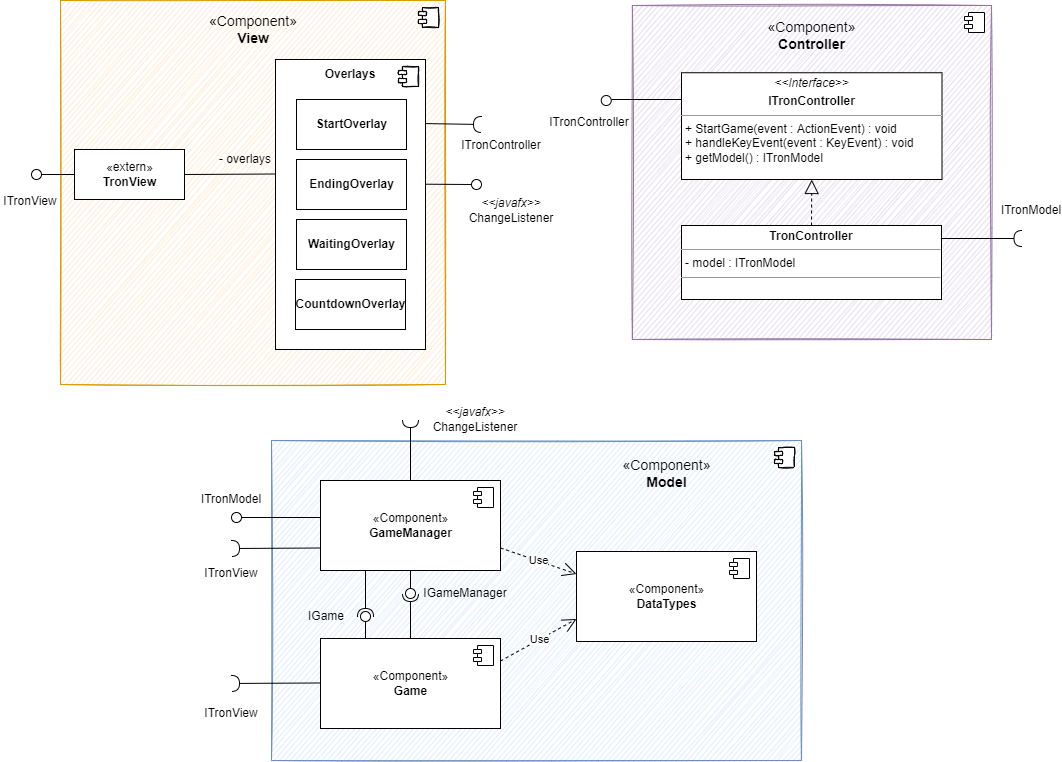
This is diagrams/bs_layer2_view_controller.png from sckoenig/Distributed-Tron, a draw.io export, as it was before one commit. Source tidied: cells renumbered, new cells last; positions are measured from the earlier drawing's top-left corner, leaving out a move shared by most shapes.
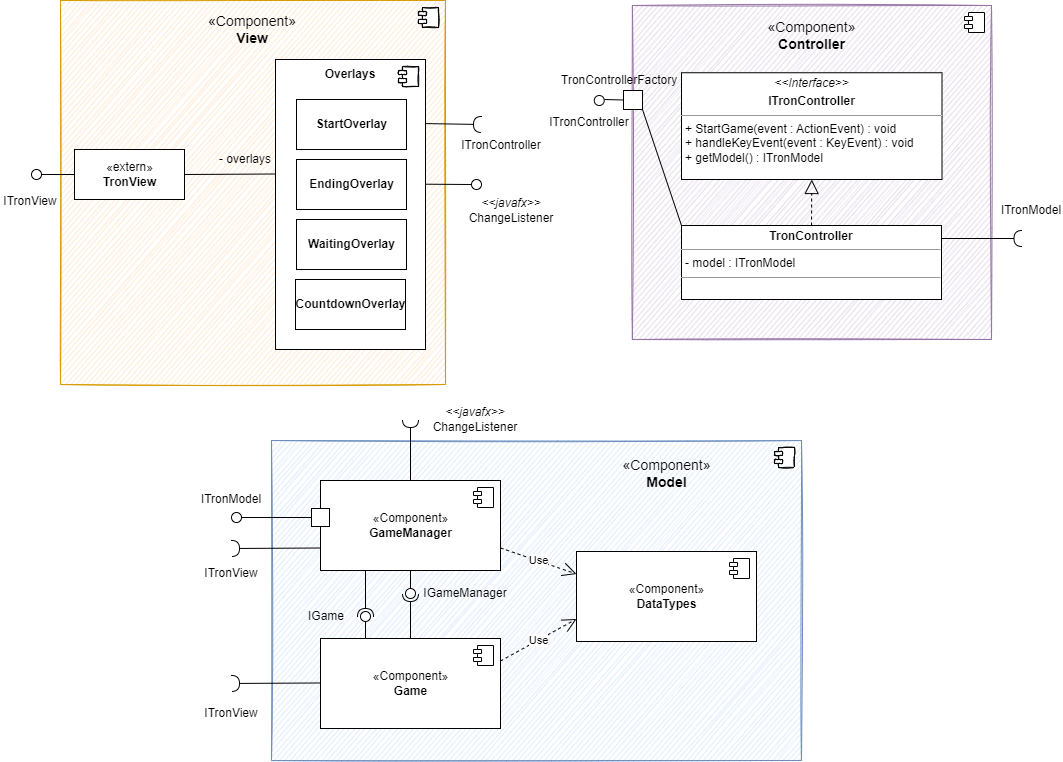
Above is the later version.

Diff of the diagram source:
```diff
@@ -82,7 +82,7 @@
       <mxGeometry x="471" y="130" width="60" height="30" as="geometry" />
     </mxCell>
     <mxCell id="24" style="ellipse;whiteSpace=wrap;html=1;align=center;sketch=0;" parent="1" vertex="1">
-      <mxGeometry x="600.8" y="95" width="10" height="10" as="geometry" />
+      <mxGeometry x="593.8" y="95" width="10" height="10" as="geometry" />
     </mxCell>
     <mxCell id="25" value="ITronController" style="text;html=1;strokeColor=none;fillColor=none;align=center;verticalAlign=middle;whiteSpace=wrap;rounded=0;sketch=0;" parent="1" vertex="1">
       <mxGeometry x="559" y="107" width="60" height="30" as="geometry" />
@@ -90,10 +90,9 @@
     <mxCell id="26" value="- overlays" style="text;html=1;strokeColor=none;fillColor=none;align=center;verticalAlign=middle;whiteSpace=wrap;rounded=0;sketch=1;" parent="1" vertex="1">
       <mxGeometry x="215" y="143.5" width="60" height="30" as="geometry" />
     </mxCell>
-    <mxCell id="27" style="endArrow=none;endSize=12;html=1;rounded=0;endFill=0;sketch=0;" parent="1" edge="1">
+    <mxCell id="27" style="endArrow=none;endSize=12;html=1;rounded=0;endFill=0;sketch=0;entryX=0;entryY=0.5;entryDx=0;entryDy=0;" parent="1" edge="1" target="62">
       <mxGeometry relative="1" as="geometry">
-        <mxPoint x="611" y="99" as="sourcePoint" />
-        <mxPoint x="681" y="99" as="targetPoint" />
+        <mxPoint x="604" y="99" as="sourcePoint" />
       </mxGeometry>
     </mxCell>
     <mxCell id="28" style="rounded=0;jettySize=auto;html=1;endArrow=none;endFill=0;sketch=0;sourcePerimeterSpacing=0;targetPerimeterSpacing=0;exitX=0.999;exitY=0.43;exitDx=0;exitDy=0;exitPerimeter=0;" parent="1" edge="1" source="8" target="29">
@@ -177,10 +176,8 @@
     <mxCell id="52" value="IGameManager" style="text;html=1;strokeColor=none;fillColor=none;align=center;verticalAlign=middle;whiteSpace=wrap;rounded=0;" parent="1" vertex="1">
       <mxGeometry x="435" y="578" width="60" height="30" as="geometry" />
     </mxCell>
-    <mxCell id="53" style="rounded=0;jettySize=auto;html=1;endArrow=none;endFill=0;sketch=0;sourcePerimeterSpacing=0;targetPerimeterSpacing=0;exitX=0;exitY=0.5;exitDx=0;exitDy=0;" parent="1" edge="1" target="54">
-      <mxGeometry relative="1" as="geometry">
-        <mxPoint x="320" y="517" as="sourcePoint" />
-      </mxGeometry>
+    <mxCell id="53" style="rounded=0;jettySize=auto;html=1;endArrow=none;endFill=0;sketch=0;targetPerimeterSpacing=0;exitX=0;exitY=0.5;exitDx=0;exitDy=0;startArrow=none;" parent="1" edge="1" source="63" target="54">
+      <mxGeometry relative="1" as="geometry" />
     </mxCell>
     <mxCell id="54" style="ellipse;whiteSpace=wrap;html=1;align=center;points=[];outlineConnect=0;sketch=0;" parent="1" vertex="1">
       <mxGeometry x="231" y="512" width="10" height="10" as="geometry" />
@@ -213,5 +210,17 @@
     <mxCell id="61" value="&lt;i&gt;&amp;lt;&amp;lt;javafx&amp;gt;&amp;gt;&lt;/i&gt;&lt;br&gt;ChangeListener" style="text;html=1;strokeColor=none;fillColor=none;align=center;verticalAlign=middle;whiteSpace=wrap;rounded=0;" parent="1" vertex="1">
       <mxGeometry x="445" y="404" width="60" height="30" as="geometry" />
     </mxCell>
+    <mxCell id="62" style="whiteSpace=wrap;html=1;" parent="1" vertex="1">
+      <mxGeometry x="623" y="90" width="19" height="19" as="geometry" />
+    </mxCell>
+    <mxCell id="63" style="whiteSpace=wrap;html=1;" parent="1" vertex="1">
+      <mxGeometry x="311" y="508" width="18" height="18" as="geometry" />
+    </mxCell>
+    <mxCell id="64" style="endArrow=none;html=1;rounded=0;entryX=1;entryY=1;entryDx=0;entryDy=0;exitX=0;exitY=0;exitDx=0;exitDy=0;" parent="1" edge="1" source="33" target="62">
+      <mxGeometry relative="1" as="geometry" />
+    </mxCell>
+    <mxCell id="65" value="&lt;div style=&quot;text-align: center;&quot;&gt;TronControllerFactory&lt;/div&gt;" style="text;whiteSpace=wrap;html=1;" parent="1" vertex="1">
+      <mxGeometry x="559" y="66" width="70" height="40" as="geometry" />
+    </mxCell>
   </root>
 </mxGraphModel>
```
